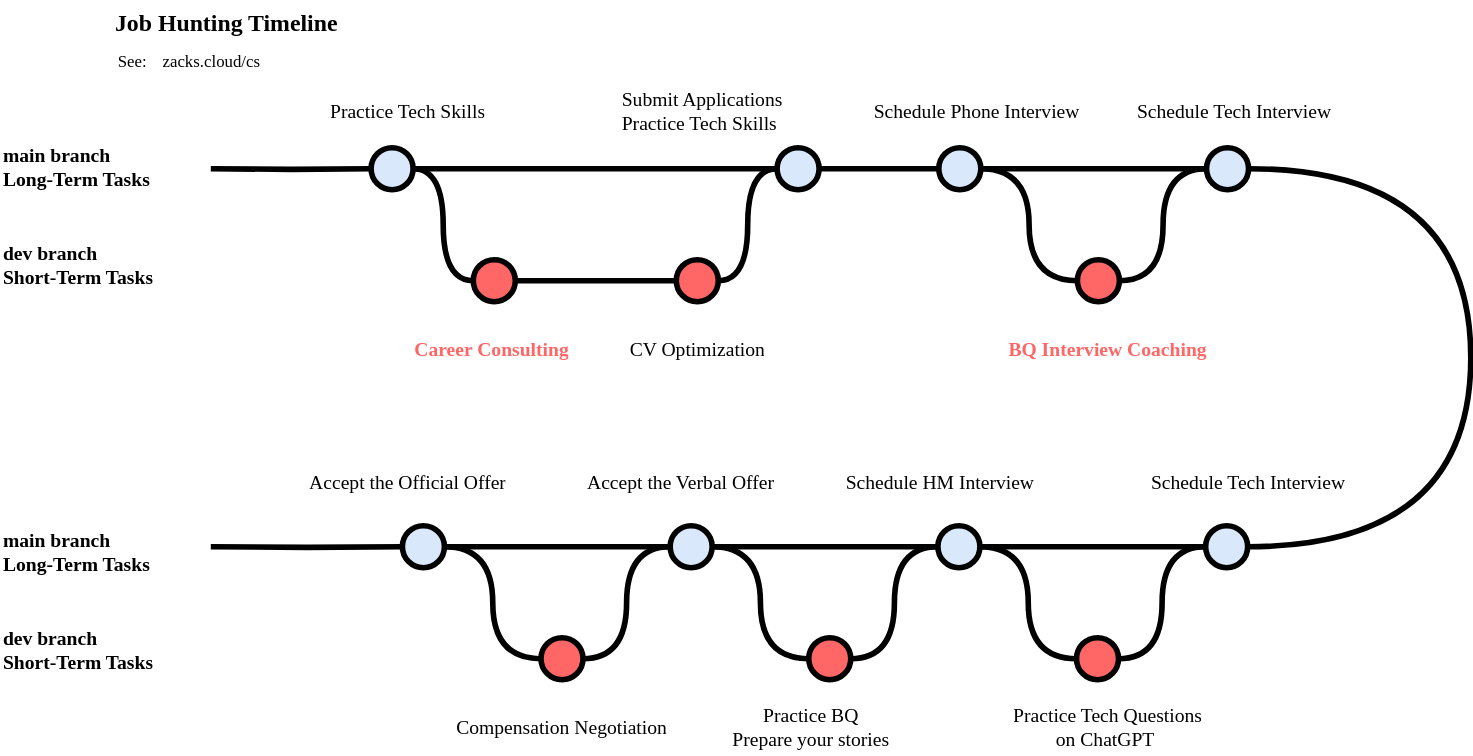
Above: job_hunting_timeline.svg in ZacksAmber/Flowcharts (draw.io), before the change. Source tidied: cells renumbered, new cells last; positions are measured from the earlier drawing's top-left corner, leaving out a move shared by most shapes.
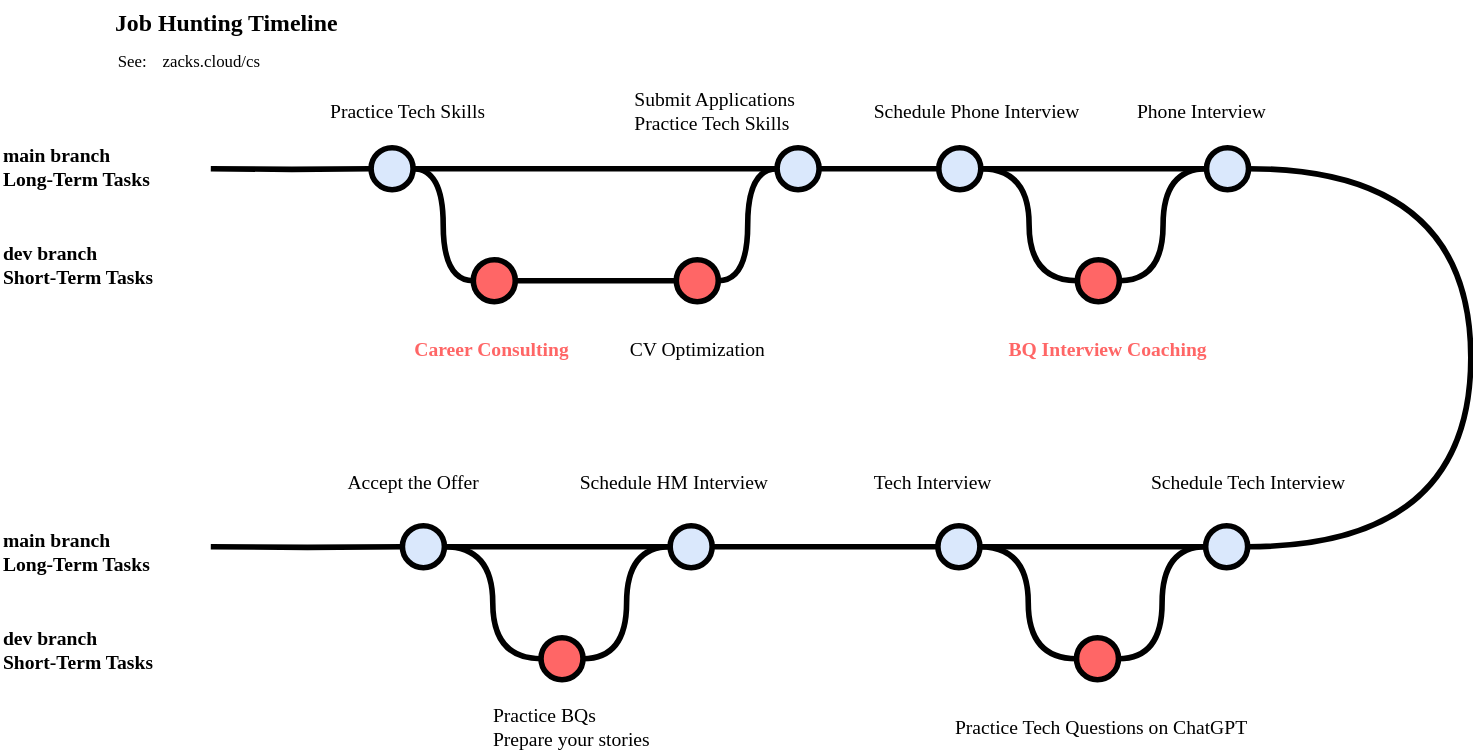
The same file after the commit.

Change to the diagram source:
```diff
@@ -64,7 +64,7 @@
       <mxGeometry y="165" width="212.5" height="50" as="geometry" />
     </mxCell>
     <mxCell id="21" value="Submit Applications&lt;br&gt;Practice Tech Skills&amp;nbsp;" style="text;html=1;strokeColor=none;fillColor=none;align=left;verticalAlign=middle;whiteSpace=wrap;overflow=hidden;fontSize=14;fontFamily=DinaRemaster;fontSource=https%3A%2F%2Ffonts.googleapis.com%2Fcss%3Ffamily%3DDinaRemaster;" parent="1" vertex="1">
-      <mxGeometry x="441.9" y="60" width="151.6" height="40" as="geometry" />
+      <mxGeometry x="450.6" y="60" width="151.6" height="40" as="geometry" />
     </mxCell>
     <mxCell id="22" style="edgeStyle=orthogonalEdgeStyle;curved=1;rounded=0;jettySize=auto;html=1;endArrow=none;endFill=0;strokeWidth=4;fontFamily=Courier New;fontSize=16;entryX=0;entryY=0.5;entryDx=0;entryDy=0;entryPerimeter=0;" parent="1" edge="1" source="23" target="13">
       <mxGeometry relative="1" as="geometry" />
@@ -95,7 +95,7 @@
         </Array>
       </mxGeometry>
     </mxCell>
-    <mxCell id="30" value="&lt;div&gt;&lt;span style=&quot;background-color: initial;&quot;&gt;Schedule Tech Interview&lt;/span&gt;&lt;/div&gt;" style="text;html=1;strokeColor=none;fillColor=none;align=left;verticalAlign=middle;whiteSpace=wrap;overflow=hidden;fontSize=14;fontFamily=DinaRemaster;fontSource=https%3A%2F%2Ffonts.googleapis.com%2Fcss%3Ffamily%3DDinaRemaster;" parent="1" vertex="1">
+    <mxCell id="30" value="&lt;div&gt;&lt;span style=&quot;background-color: initial;&quot;&gt;Phone Interview&lt;/span&gt;&lt;/div&gt;" style="text;html=1;strokeColor=none;fillColor=none;align=left;verticalAlign=middle;whiteSpace=wrap;overflow=hidden;fontSize=14;fontFamily=DinaRemaster;fontSource=https%3A%2F%2Ffonts.googleapis.com%2Fcss%3Ffamily%3DDinaRemaster;" parent="1" vertex="1">
       <mxGeometry x="810" y="60" width="190" height="40" as="geometry" />
     </mxCell>
     <mxCell id="31" style="edgeStyle=orthogonalEdgeStyle;rounded=0;html=1;jettySize=auto;strokeWidth=4;endArrow=none;endFill=0;entryX=0;entryY=0.5;entryDx=0;entryDy=0;entryPerimeter=0;" parent="1" edge="1" target="53">
@@ -103,17 +103,11 @@
         <mxPoint x="150" y="390" as="sourcePoint" />
       </mxGeometry>
     </mxCell>
-    <mxCell id="32" value="&lt;span style=&quot;text-align: left;&quot;&gt;Accept the Verbal Offer&lt;/span&gt;" style="text;html=1;strokeColor=none;fillColor=none;align=center;verticalAlign=middle;whiteSpace=wrap;overflow=hidden;fontSize=14;fontFamily=DinaRemaster;fontSource=https%3A%2F%2Ffonts.googleapis.com%2Fcss%3Ffamily%3DDinaRemaster;" parent="1" vertex="1">
-      <mxGeometry x="395.5" y="325" width="181.6" height="40" as="geometry" />
-    </mxCell>
-    <mxCell id="33" value="Compensation Negotiation" style="text;html=1;strokeColor=none;fillColor=none;align=center;verticalAlign=middle;whiteSpace=wrap;overflow=hidden;fontSize=14;fontFamily=DinaRemaster;fontSource=https%3A%2F%2Ffonts.googleapis.com%2Fcss%3Ffamily%3DDinaRemaster;" parent="1" vertex="1">
-      <mxGeometry x="310.1" y="500" width="181.6" height="40" as="geometry" />
-    </mxCell>
-    <mxCell id="34" value="&lt;div&gt;Practice BQ&lt;/div&gt;Prepare your stories" style="text;html=1;strokeColor=none;fillColor=none;align=center;verticalAlign=middle;whiteSpace=wrap;overflow=hidden;fontSize=14;fontFamily=DinaRemaster;fontSource=https%3A%2F%2Ffonts.googleapis.com%2Fcss%3Ffamily%3DDinaRemaster;" parent="1" vertex="1">
-      <mxGeometry x="487.7" y="500" width="181.6" height="40" as="geometry" />
+    <mxCell id="34" value="&lt;div&gt;Practice BQs&lt;/div&gt;Prepare your stories" style="text;html=1;strokeColor=none;fillColor=none;align=left;verticalAlign=middle;whiteSpace=wrap;overflow=hidden;fontSize=14;fontFamily=DinaRemaster;fontSource=https%3A%2F%2Ffonts.googleapis.com%2Fcss%3Ffamily%3DDinaRemaster;" parent="1" vertex="1">
+      <mxGeometry x="350" y="500" width="181.6" height="40" as="geometry" />
     </mxCell>
-    <mxCell id="35" value="Practice Tech Questions&lt;div&gt;on ChatGPT&amp;nbsp;&lt;/div&gt;" style="text;html=1;strokeColor=none;fillColor=none;align=center;verticalAlign=middle;whiteSpace=wrap;overflow=hidden;fontSize=14;fontFamily=DinaRemaster;fontSource=https%3A%2F%2Ffonts.googleapis.com%2Fcss%3Ffamily%3DDinaRemaster;" parent="1" vertex="1">
-      <mxGeometry x="700" y="500" width="181.6" height="40" as="geometry" />
+    <mxCell id="35" value="Practice Tech Questions&amp;nbsp;&lt;span style=&quot;background-color: initial;&quot;&gt;on ChatGPT&amp;nbsp;&lt;/span&gt;" style="text;html=1;strokeColor=none;fillColor=none;align=left;verticalAlign=middle;whiteSpace=wrap;overflow=hidden;fontSize=14;fontFamily=DinaRemaster;fontSource=https%3A%2F%2Ffonts.googleapis.com%2Fcss%3Ffamily%3DDinaRemaster;" parent="1" vertex="1">
+      <mxGeometry x="680" y="500" width="249.7" height="40" as="geometry" />
     </mxCell>
     <mxCell id="36" value="Schedule Tech Interview" style="text;html=1;strokeColor=none;fillColor=none;align=left;verticalAlign=middle;whiteSpace=wrap;overflow=hidden;fontSize=14;fontFamily=DinaRemaster;fontSource=https%3A%2F%2Ffonts.googleapis.com%2Fcss%3Ffamily%3DDinaRemaster;" parent="1" vertex="1">
       <mxGeometry x="820" y="325" width="190" height="40" as="geometry" />
@@ -124,8 +118,8 @@
     <mxCell id="38" value="dev branch&lt;div&gt;Short-Term Tasks&lt;/div&gt;" style="text;html=1;strokeColor=none;fillColor=none;align=left;verticalAlign=middle;whiteSpace=wrap;overflow=hidden;fontSize=14;fontStyle=1;fontFamily=DinaRemaster;fontSource=https%3A%2F%2Ffonts.googleapis.com%2Fcss%3Ffamily%3DDinaRemaster;" parent="1" vertex="1">
       <mxGeometry y="440" width="212.5" height="50" as="geometry" />
     </mxCell>
-    <mxCell id="39" value="&lt;div&gt;&lt;span style=&quot;background-color: initial;&quot;&gt;Schedule HM Interview&lt;/span&gt;&lt;/div&gt;" style="text;html=1;strokeColor=none;fillColor=none;align=left;verticalAlign=middle;whiteSpace=wrap;overflow=hidden;fontSize=14;fontFamily=DinaRemaster;fontSource=https%3A%2F%2Ffonts.googleapis.com%2Fcss%3Ffamily%3DDinaRemaster;" parent="1" vertex="1">
-      <mxGeometry x="602.2" y="325" width="190" height="40" as="geometry" />
+    <mxCell id="39" value="&lt;div&gt;&lt;span style=&quot;background-color: initial;&quot;&gt;Tech Interview&lt;/span&gt;&lt;/div&gt;" style="text;html=1;strokeColor=none;fillColor=none;align=left;verticalAlign=middle;whiteSpace=wrap;overflow=hidden;fontSize=14;fontFamily=DinaRemaster;fontSource=https%3A%2F%2Ffonts.googleapis.com%2Fcss%3Ffamily%3DDinaRemaster;" parent="1" vertex="1">
+      <mxGeometry x="622.2" y="325" width="190" height="40" as="geometry" />
     </mxCell>
     <mxCell id="40" style="edgeStyle=orthogonalEdgeStyle;curved=1;rounded=0;jettySize=auto;html=1;endArrow=none;endFill=0;strokeWidth=4;fontFamily=Courier New;fontSize=16;" parent="1" edge="1" source="42">
       <mxGeometry relative="1" as="geometry">
@@ -150,18 +144,9 @@
     <mxCell id="46" style="edgeStyle=orthogonalEdgeStyle;curved=1;rounded=0;jettySize=auto;html=1;endArrow=none;endFill=0;strokeWidth=4;fontFamily=Courier New;fontSize=16;" parent="1" edge="1" source="48" target="42">
       <mxGeometry relative="1" as="geometry" />
     </mxCell>
-    <mxCell id="47" style="edgeStyle=orthogonalEdgeStyle;curved=1;rounded=0;jettySize=auto;html=1;endArrow=none;endFill=0;strokeWidth=4;fontFamily=Courier New;fontSize=16;entryX=0;entryY=0.5;entryDx=0;entryDy=0;entryPerimeter=0;" parent="1" edge="1" source="48" target="50">
-      <mxGeometry relative="1" as="geometry" />
-    </mxCell>
     <mxCell id="48" style="verticalLabelPosition=bottom;verticalAlign=top;html=1;strokeWidth=4;shape=mxgraph.flowchart.on-page_reference;plain-blue;gradientColor=none;strokeColor=#000000;" parent="1" vertex="1">
       <mxGeometry x="478.1" y="375" width="30" height="30" as="geometry" />
     </mxCell>
-    <mxCell id="49" style="edgeStyle=orthogonalEdgeStyle;curved=1;rounded=0;jettySize=auto;html=1;endArrow=none;endFill=0;strokeWidth=4;fontFamily=Courier New;fontSize=16;entryX=0;entryY=0.5;entryDx=0;entryDy=0;entryPerimeter=0;" parent="1" edge="1" source="50" target="42">
-      <mxGeometry relative="1" as="geometry" />
-    </mxCell>
-    <mxCell id="50" style="verticalLabelPosition=bottom;verticalAlign=top;html=1;strokeWidth=4;shape=mxgraph.flowchart.on-page_reference;plain-blue;gradientColor=none;strokeColor=#000000;fillColor=#FF6666;fontColor=#000000;" parent="1" vertex="1">
-      <mxGeometry x="577.1" y="455" width="30" height="30" as="geometry" />
-    </mxCell>
     <mxCell id="51" style="edgeStyle=orthogonalEdgeStyle;curved=1;rounded=0;jettySize=auto;html=1;endArrow=none;endFill=0;strokeWidth=4;fontFamily=Courier New;fontSize=16;" parent="1" edge="1" source="53" target="48">
       <mxGeometry relative="1" as="geometry" />
     </mxCell>
@@ -177,8 +162,11 @@
     <mxCell id="55" style="verticalLabelPosition=bottom;verticalAlign=top;html=1;strokeWidth=4;shape=mxgraph.flowchart.on-page_reference;plain-blue;gradientColor=none;strokeColor=#000000;fillColor=#FF6666;fontColor=#000000;" parent="1" vertex="1">
       <mxGeometry x="385.9" y="455" width="30" height="30" as="geometry" />
     </mxCell>
-    <mxCell id="56" value="&lt;span style=&quot;text-align: left;&quot;&gt;Accept the Official Offer&lt;/span&gt;" style="text;html=1;strokeColor=none;fillColor=none;align=center;verticalAlign=middle;whiteSpace=wrap;overflow=hidden;fontSize=14;fontFamily=DinaRemaster;fontSource=https%3A%2F%2Ffonts.googleapis.com%2Fcss%3Ffamily%3DDinaRemaster;" parent="1" vertex="1">
-      <mxGeometry x="200" y="325" width="181.6" height="40" as="geometry" />
+    <mxCell id="56" value="&lt;span style=&quot;text-align: left;&quot;&gt;Accept the Offer&lt;/span&gt;" style="text;html=1;strokeColor=none;fillColor=none;align=center;verticalAlign=middle;whiteSpace=wrap;overflow=hidden;fontSize=14;fontFamily=DinaRemaster;fontSource=https%3A%2F%2Ffonts.googleapis.com%2Fcss%3Ffamily%3DDinaRemaster;" parent="1" vertex="1">
+      <mxGeometry x="204.2" y="325" width="181.6" height="40" as="geometry" />
     </mxCell>
+    <mxCell id="57" value="Schedule HM Interview" style="text;html=1;strokeColor=none;fillColor=none;align=left;verticalAlign=middle;whiteSpace=wrap;overflow=hidden;fontSize=14;fontFamily=DinaRemaster;fontSource=https%3A%2F%2Ffonts.googleapis.com%2Fcss%3Ffamily%3DDinaRemaster;" parent="1" vertex="1">
+      <mxGeometry x="412.2" y="325" width="190" height="40" as="geometry" />
+    </mxCell>
   </root>
 </mxGraphModel>
```
